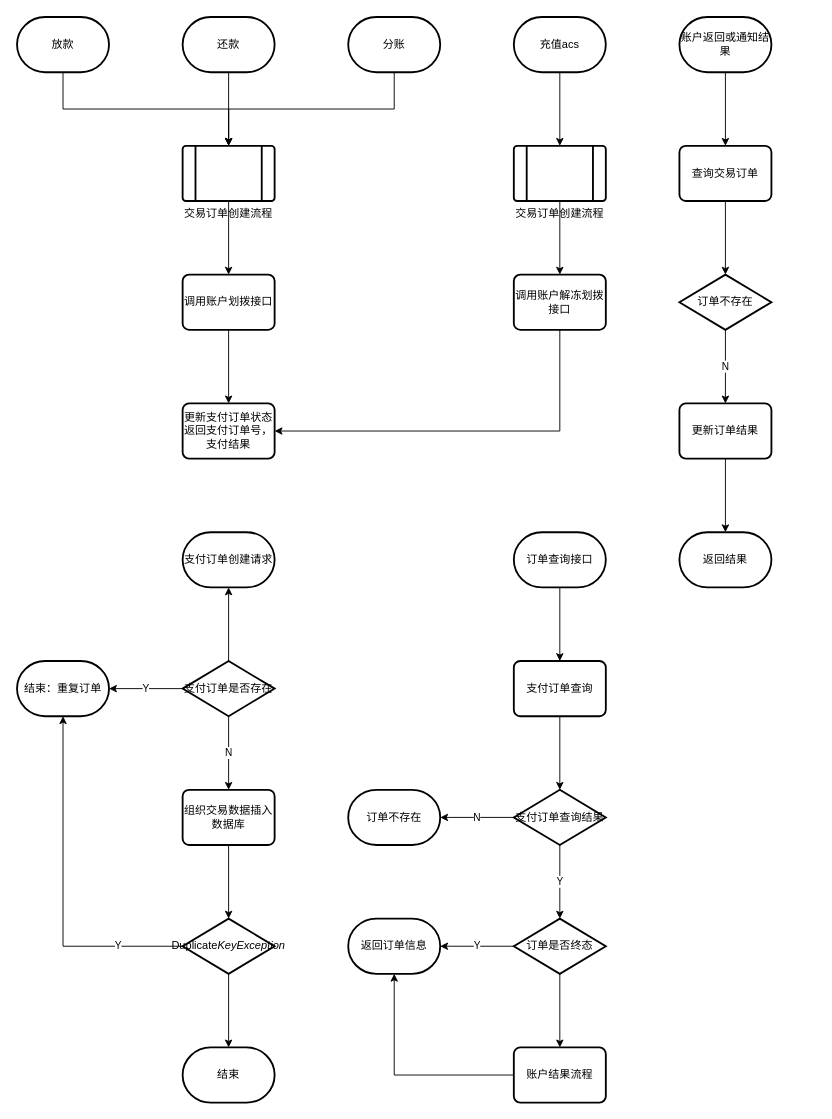
Before: 金融科技/交易流程图ALL.drawio in 294794668/draw, a draw.io diagram. Source tidied: cells renumbered, new cells numbered last; positions are measured from the earlier drawing's top-left corner, leaving out a move shared by most shapes. Both pictures are drawn from the tidied source at 92%, with x=0, y=0 at pixel (17, 17).
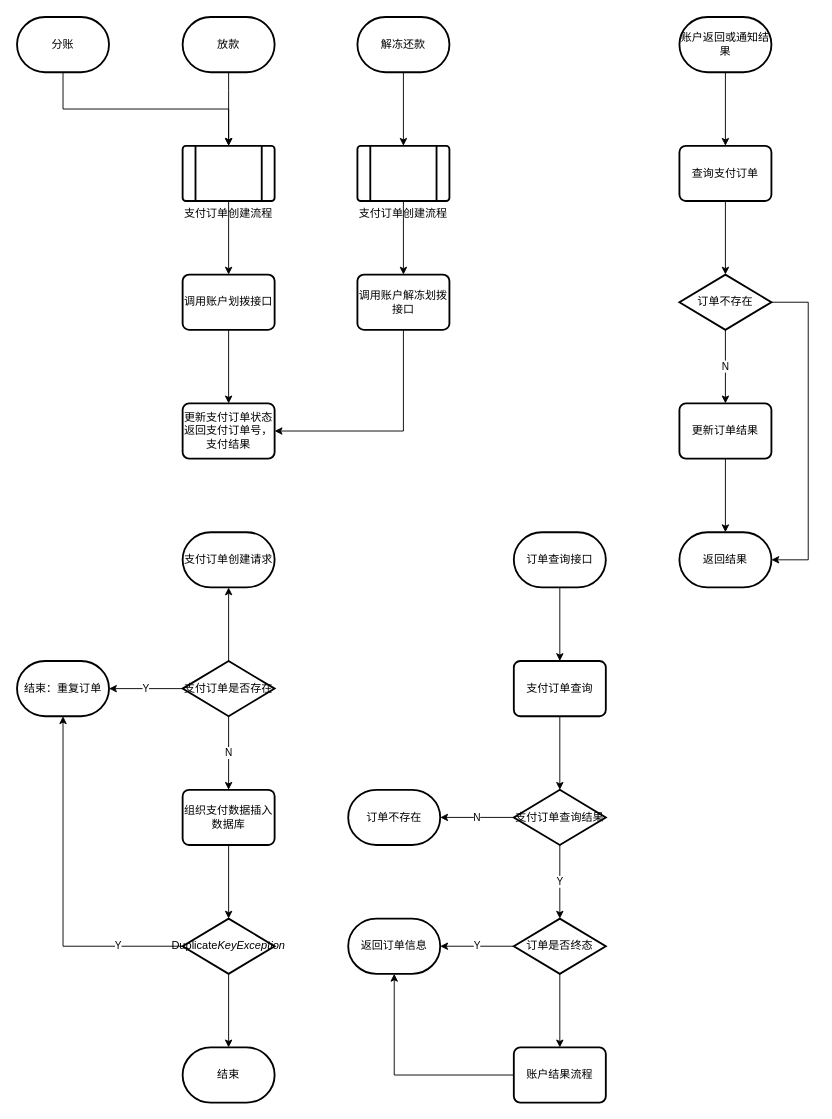
After the change.

Commit message:
更新交易流程图ALL.drawio

Unchanged cells that the change refers to:
```xml
<mxCell id="6" value="&lt;div&gt;更新支付订单状态&lt;/div&gt;&lt;div&gt;返回支付订单号，支付结果&lt;br&gt;&lt;/div&gt;" style="rounded=1;whiteSpace=wrap;html=1;absoluteArcSize=1;arcSize=14;strokeWidth=2;fontFamily=Helvetica;fontSize=12;fontColor=#000000;align=center;strokeColor=#000000;fillColor=#ffffff;" parent="1" vertex="1">
  <mxGeometry x="180" y="420" width="100" height="60" as="geometry" />
</mxCell>
<mxCell id="18" value="订单不存在" style="strokeWidth=2;html=1;shape=mxgraph.flowchart.decision;whiteSpace=wrap;fontFamily=Helvetica;fontSize=12;fontColor=#000000;align=center;strokeColor=#000000;fillColor=#ffffff;" parent="1" vertex="1">
  <mxGeometry x="720" y="280" width="100" height="60" as="geometry" />
</mxCell>
<mxCell id="21" value="返回结果" style="strokeWidth=2;html=1;shape=mxgraph.flowchart.terminator;whiteSpace=wrap;fontFamily=Helvetica;fontSize=12;fontColor=#000000;align=center;strokeColor=#000000;fillColor=#ffffff;" parent="1" vertex="1">
  <mxGeometry x="720" y="560" width="100" height="60" as="geometry" />
</mxCell>
```

What changed in the source:
```diff
@@
-    <mxCell id="2" style="edgeStyle=orthogonalEdgeStyle;rounded=0;jettySize=auto;html=1;" parent="1" edge="1" source="3" target="49">
-      <mxGeometry relative="1" as="geometry" />
-    </mxCell>
-    <mxCell id="3" value="还款" style="strokeWidth=2;html=1;shape=mxgraph.flowchart.terminator;whiteSpace=wrap;fontFamily=Helvetica;fontSize=12;fontColor=#000000;align=center;strokeColor=#000000;fillColor=#ffffff;" parent="1" vertex="1">
-      <mxGeometry x="180" width="100" height="60" as="geometry" />
-    </mxCell>
@@
     <mxCell id="7" style="edgeStyle=orthogonalEdgeStyle;rounded=0;jettySize=auto;html=1;" parent="1" edge="1" source="8">
       <mxGeometry relative="1" as="geometry">
         <mxPoint x="230" y="140" as="targetPoint" />
         <Array as="points">
-          <mxPoint x="50" y="100" />
-          <mxPoint x="230" y="100" />
+          <mxPoint x="230" y="80" />
+          <mxPoint x="230" y="80" />
         </Array>
       </mxGeometry>
     </mxCell>
     <mxCell id="8" value="放款" style="strokeWidth=2;html=1;shape=mxgraph.flowchart.terminator;whiteSpace=wrap;fontFamily=Helvetica;fontSize=12;fontColor=#000000;align=center;strokeColor=#000000;fillColor=#ffffff;" parent="1" vertex="1">
-      <mxGeometry width="100" height="60" as="geometry" />
+      <mxGeometry x="180" width="100" height="60" as="geometry" />
     </mxCell>
     <mxCell id="9" style="edgeStyle=orthogonalEdgeStyle;rounded=0;jettySize=auto;html=1;entryX=0.5;entryY=0;entryDx=0;entryDy=0;" parent="1" edge="1" source="10" target="49">
       <mxGeometry relative="1" as="geometry">
         <Array as="points">
-          <mxPoint x="410" y="100" />
+          <mxPoint x="50" y="100" />
           <mxPoint x="230" y="100" />
         </Array>
       </mxGeometry>
     </mxCell>
     <mxCell id="10" value="分账" style="strokeWidth=2;html=1;shape=mxgraph.flowchart.terminator;whiteSpace=wrap;fontFamily=Helvetica;fontSize=12;fontColor=#000000;align=center;strokeColor=#000000;fillColor=#ffffff;" parent="1" vertex="1">
-      <mxGeometry x="360" width="100" height="60" as="geometry" />
+      <mxGeometry width="100" height="60" as="geometry" />
     </mxCell>
@@
-    <mxCell id="12" value="充值acs" style="strokeWidth=2;html=1;shape=mxgraph.flowchart.terminator;whiteSpace=wrap;fontFamily=Helvetica;fontSize=12;fontColor=#000000;align=center;strokeColor=#000000;fillColor=#ffffff;" parent="1" vertex="1">
-      <mxGeometry x="540" width="100" height="60" as="geometry" />
+    <mxCell id="12" value="解冻还款" style="strokeWidth=2;html=1;shape=mxgraph.flowchart.terminator;whiteSpace=wrap;fontFamily=Helvetica;fontSize=12;fontColor=#000000;align=center;strokeColor=#000000;fillColor=#ffffff;" parent="1" vertex="1">
+      <mxGeometry x="370" width="100" height="60" as="geometry" />
     </mxCell>
@@
-    <mxCell id="16" value="查询交易订单" style="rounded=1;whiteSpace=wrap;html=1;absoluteArcSize=1;arcSize=14;strokeWidth=2;fontFamily=Helvetica;fontSize=12;fontColor=#000000;align=center;strokeColor=#000000;fillColor=#ffffff;" parent="1" vertex="1">
+    <mxCell id="16" value="查询支付订单" style="rounded=1;whiteSpace=wrap;html=1;absoluteArcSize=1;arcSize=14;strokeWidth=2;fontFamily=Helvetica;fontSize=12;fontColor=#000000;align=center;strokeColor=#000000;fillColor=#ffffff;" parent="1" vertex="1">
       <mxGeometry x="720" y="140" width="100" height="60" as="geometry" />
     </mxCell>
@@
+    <mxCell id="54" style="edgeStyle=orthogonalEdgeStyle;rounded=0;jettySize=auto;html=1;entryX=1;entryY=0.5;entryDx=0;entryDy=0;entryPerimeter=0;" parent="1" edge="1" source="18" target="21">
+      <mxGeometry relative="1" as="geometry">
+        <Array as="points">
+          <mxPoint x="860" y="310" />
+          <mxPoint x="860" y="590" />
+        </Array>
+      </mxGeometry>
+    </mxCell>
@@
-    <mxCell id="43" value="组织交易数据插入数据库" style="rounded=1;whiteSpace=wrap;html=1;absoluteArcSize=1;arcSize=14;strokeWidth=2;fontFamily=Helvetica;fontSize=12;fontColor=#000000;align=center;strokeColor=#000000;fillColor=#ffffff;" parent="1" vertex="1">
+    <mxCell id="43" value="组织支付数据插入数据库" style="rounded=1;whiteSpace=wrap;html=1;absoluteArcSize=1;arcSize=14;strokeWidth=2;fontFamily=Helvetica;fontSize=12;fontColor=#000000;align=center;strokeColor=#000000;fillColor=#ffffff;" parent="1" vertex="1">
       <mxGeometry x="180" y="840" width="100" height="60" as="geometry" />
     </mxCell>
@@
-    <mxCell id="49" value="交易订单创建流程" style="verticalLabelPosition=bottom;verticalAlign=top;html=1;strokeWidth=2;shape=process;whiteSpace=wrap;rounded=1;size=0.14;arcSize=6;" parent="1" vertex="1">
+    <mxCell id="49" value="支付订单创建流程" style="verticalLabelPosition=bottom;verticalAlign=top;html=1;strokeWidth=2;shape=process;whiteSpace=wrap;rounded=1;size=0.14;arcSize=6;" parent="1" vertex="1">
       <mxGeometry x="180" y="140" width="100" height="60" as="geometry" />
     </mxCell>
@@
-    <mxCell id="51" value="交易订单创建流程" style="verticalLabelPosition=bottom;verticalAlign=top;html=1;strokeWidth=2;shape=process;whiteSpace=wrap;rounded=1;size=0.14;arcSize=6;" parent="1" vertex="1">
-      <mxGeometry x="540" y="140" width="100" height="60" as="geometry" />
+    <mxCell id="51" value="支付订单创建流程" style="verticalLabelPosition=bottom;verticalAlign=top;html=1;strokeWidth=2;shape=process;whiteSpace=wrap;rounded=1;size=0.14;arcSize=6;" parent="1" vertex="1">
+      <mxGeometry x="370" y="140" width="100" height="60" as="geometry" />
     </mxCell>
     <mxCell id="52" style="edgeStyle=orthogonalEdgeStyle;rounded=0;jettySize=auto;html=1;entryX=1;entryY=0.5;entryDx=0;entryDy=0;exitX=0.5;exitY=1;exitDx=0;exitDy=0;" parent="1" edge="1" source="53" target="6">
       <mxGeometry relative="1" as="geometry">
         <Array as="points">
-          <mxPoint x="590" y="450" />
+          <mxPoint x="420" y="450" />
         </Array>
       </mxGeometry>
     </mxCell>
     <mxCell id="53" value="调用账户解冻划拨接口" style="rounded=1;whiteSpace=wrap;html=1;absoluteArcSize=1;arcSize=14;strokeWidth=2;fontFamily=Helvetica;fontSize=12;fontColor=#000000;align=center;strokeColor=#000000;fillColor=#ffffff;" parent="1" vertex="1">
-      <mxGeometry x="540" y="280" width="100" height="60" as="geometry" />
+      <mxGeometry x="370" y="280" width="100" height="60" as="geometry" />
     </mxCell>
```
